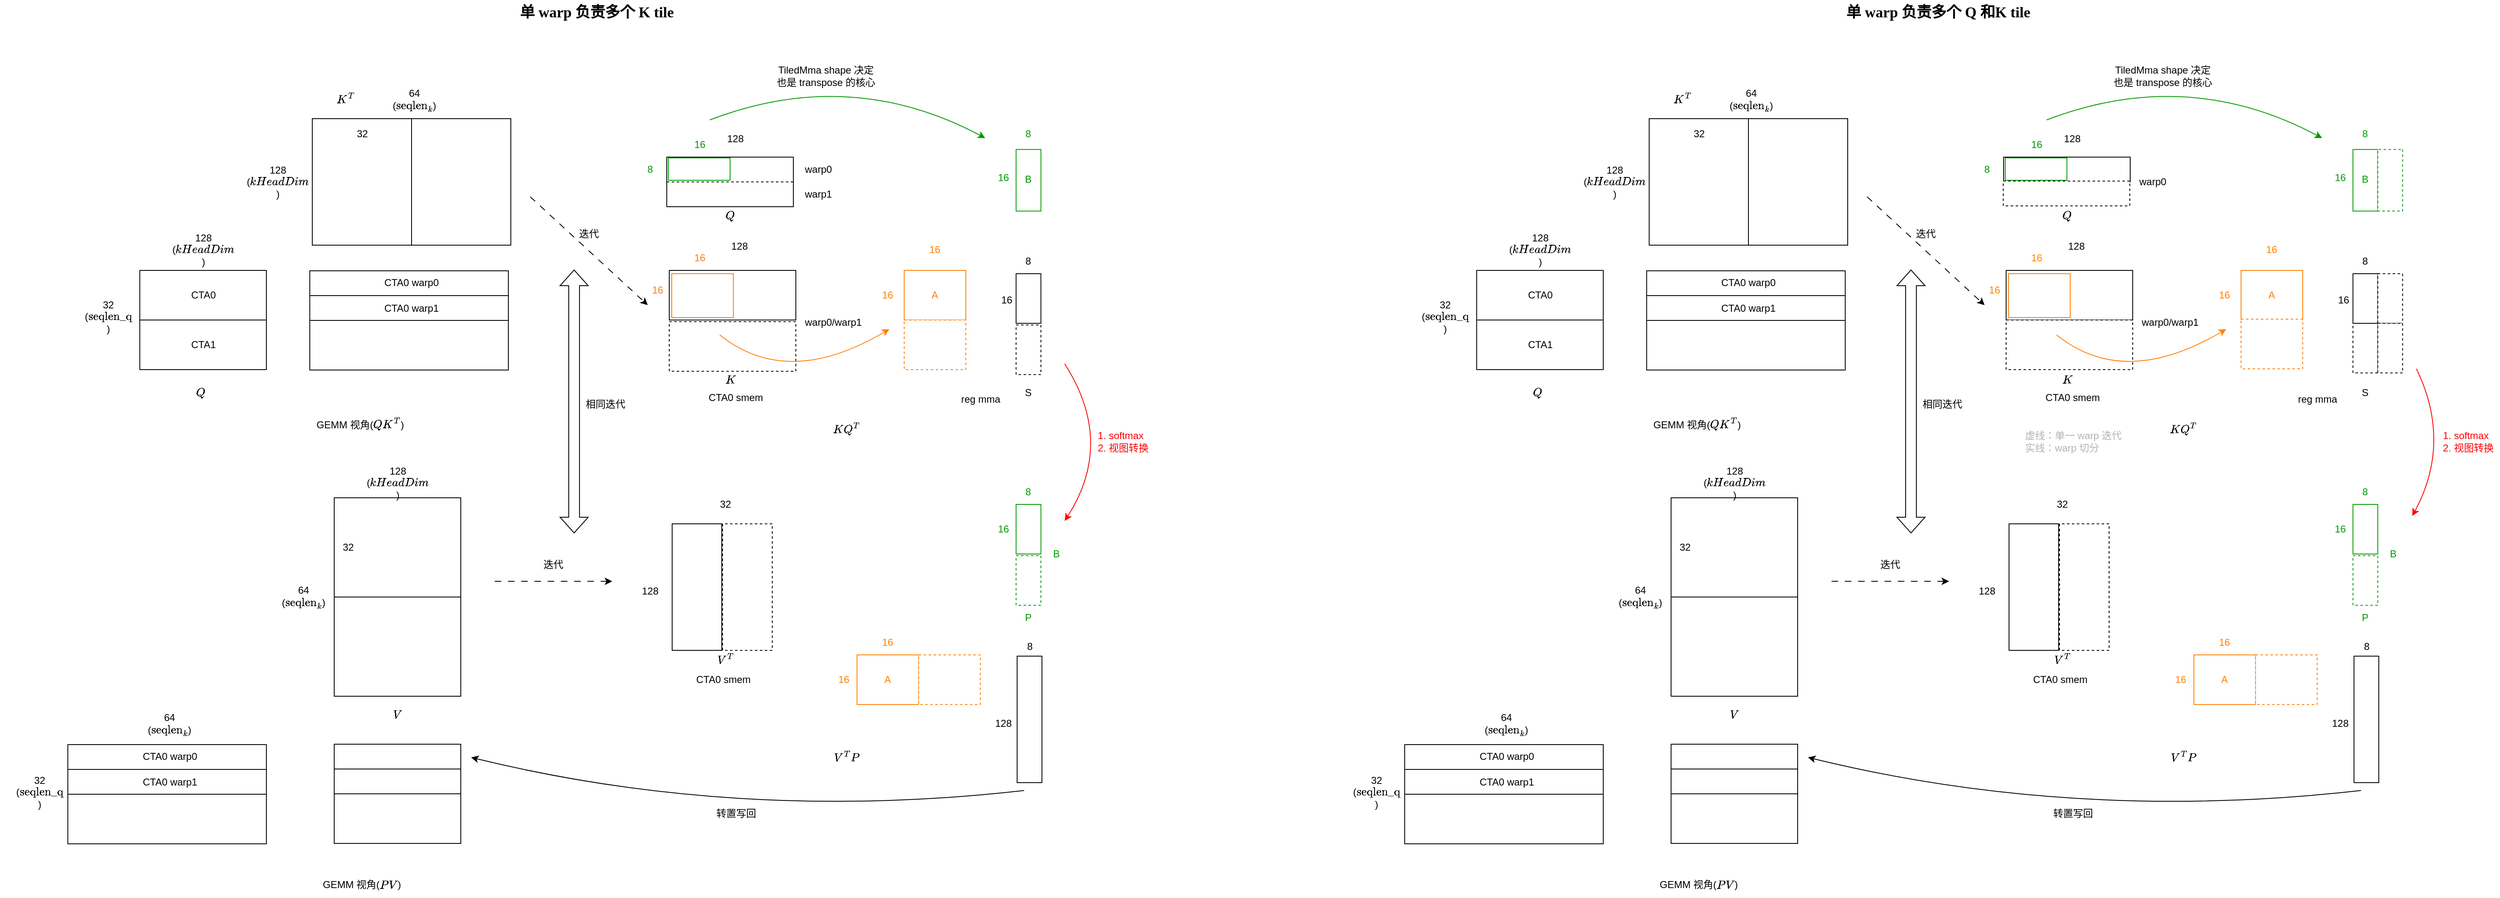
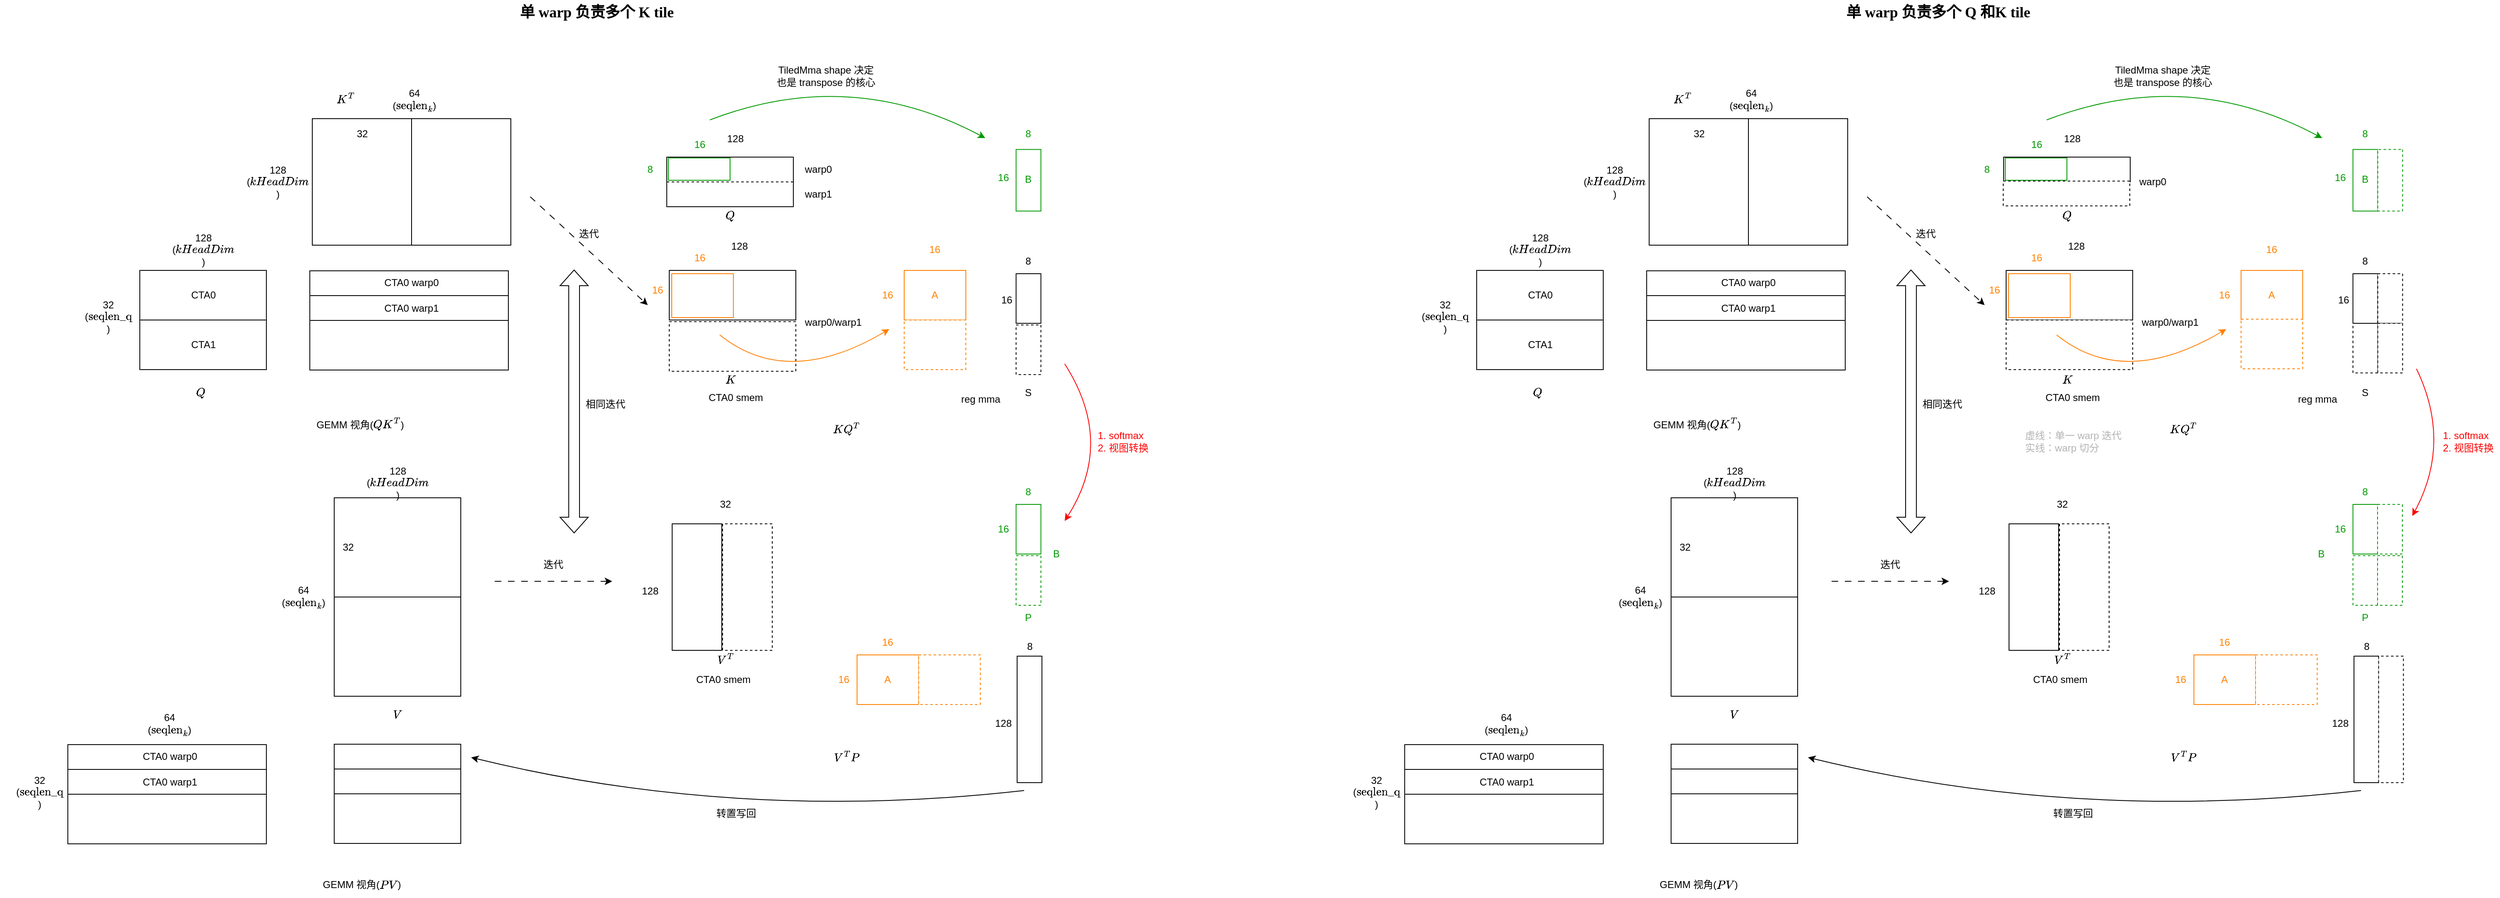
<mxfile host="app.diagrams.net" agent="Mozilla/5.0 (Macintosh; Intel Mac OS X 10_15_7) AppleWebKit/537.36 (KHTML, like Gecko) Chrome/148.0.0.0 Safari/537.36">
  <diagram name="第 1 页" id="oHZ7k2eqphhDJOQGW40j">
    <mxGraphModel dx="1503" dy="851" grid="0" gridSize="10" guides="1" tooltips="1" connect="1" arrows="1" fold="1" page="1" pageScale="1" pageWidth="5000" pageHeight="5000" math="1" shadow="0">
      <root>
        <mxCell id="0" />
        <mxCell id="1" parent="0" />
        <mxCell id="owqz17-3z9DN5I4Ioce8-2" parent="1" style="rounded=0;whiteSpace=wrap;html=1;" value="" vertex="1">
          <mxGeometry height="60" width="153" x="214" y="590" as="geometry" />
        </mxCell>
        <mxCell id="owqz17-3z9DN5I4Ioce8-4" parent="1" style="rounded=0;whiteSpace=wrap;html=1;" value="" vertex="1">
          <mxGeometry height="60" width="153" x="214" y="650" as="geometry" />
        </mxCell>
        <mxCell id="owqz17-3z9DN5I4Ioce8-6" parent="1" style="text;html=1;whiteSpace=wrap;strokeColor=none;fillColor=none;align=center;verticalAlign=middle;rounded=0;" value="128&lt;br&gt;(`kHeadDim`)" vertex="1">
          <mxGeometry height="30" width="60" x="260.5" y="550" as="geometry" />
        </mxCell>
        <mxCell id="owqz17-3z9DN5I4Ioce8-7" parent="1" style="text;html=1;whiteSpace=wrap;strokeColor=none;fillColor=none;align=center;verticalAlign=middle;rounded=0;" value="CTA0" vertex="1">
          <mxGeometry height="30" width="60" x="260.5" y="605" as="geometry" />
        </mxCell>
        <mxCell id="owqz17-3z9DN5I4Ioce8-8" parent="1" style="text;html=1;whiteSpace=wrap;strokeColor=none;fillColor=none;align=center;verticalAlign=middle;rounded=0;" value="CTA1" vertex="1">
          <mxGeometry height="30" width="60" x="260.5" y="665" as="geometry" />
        </mxCell>
        <mxCell id="owqz17-3z9DN5I4Ioce8-11" parent="1" style="rounded=0;whiteSpace=wrap;html=1;rotation=90;" value="" vertex="1">
          <mxGeometry height="120" width="153" x="406" y="423" as="geometry" />
        </mxCell>
        <mxCell id="owqz17-3z9DN5I4Ioce8-12" parent="1" style="rounded=0;whiteSpace=wrap;html=1;rotation=90;" value="" vertex="1">
          <mxGeometry height="120" width="153" x="526" y="423" as="geometry" />
        </mxCell>
        <mxCell id="owqz17-3z9DN5I4Ioce8-14" parent="1" style="text;html=1;whiteSpace=wrap;strokeColor=none;fillColor=none;align=center;verticalAlign=middle;rounded=0;" value="32" vertex="1">
          <mxGeometry height="30" width="60" x="452.5" y="410" as="geometry" />
        </mxCell>
        <mxCell id="owqz17-3z9DN5I4Ioce8-15" parent="1" style="rounded=0;whiteSpace=wrap;html=1;rotation=0;" value="" vertex="1">
          <mxGeometry height="60" width="153" x="854" y="590" as="geometry" />
        </mxCell>
        <mxCell id="owqz17-3z9DN5I4Ioce8-16" parent="1" style="rounded=0;whiteSpace=wrap;html=1;" value="" vertex="1">
          <mxGeometry height="60" width="153" x="851" y="453" as="geometry" />
        </mxCell>
        <mxCell id="owqz17-3z9DN5I4Ioce8-17" parent="1" style="text;html=1;whiteSpace=wrap;strokeColor=none;fillColor=none;align=center;verticalAlign=middle;rounded=0;fontColor=#009900;" value="8" vertex="1">
          <mxGeometry height="30" width="60" x="801" y="453" as="geometry" />
        </mxCell>
        <mxCell id="owqz17-3z9DN5I4Ioce8-18" edge="1" parent="1" source="owqz17-3z9DN5I4Ioce8-16" style="endArrow=none;dashed=1;html=1;rounded=0;exitX=0;exitY=0.5;exitDx=0;exitDy=0;entryX=1;entryY=0.5;entryDx=0;entryDy=0;" target="owqz17-3z9DN5I4Ioce8-16" value="">
          <mxGeometry height="50" relative="1" width="50" as="geometry">
            <mxPoint x="1044" y="522" as="sourcePoint" />
            <mxPoint x="1094" y="472" as="targetPoint" />
          </mxGeometry>
        </mxCell>
        <mxCell id="owqz17-3z9DN5I4Ioce8-21" parent="1" style="rounded=0;whiteSpace=wrap;html=1;strokeWidth=1;strokeColor=#009900;" value="" vertex="1">
          <mxGeometry height="27" width="74.5" x="853" y="454" as="geometry" />
        </mxCell>
        <mxCell id="owqz17-3z9DN5I4Ioce8-22" parent="1" style="text;html=1;whiteSpace=wrap;strokeColor=none;fillColor=none;align=center;verticalAlign=middle;rounded=0;" value="128" vertex="1">
          <mxGeometry height="30" width="60" x="904" y="416" as="geometry" />
        </mxCell>
        <mxCell id="owqz17-3z9DN5I4Ioce8-23" parent="1" style="text;html=1;whiteSpace=wrap;strokeColor=none;fillColor=none;align=center;verticalAlign=middle;rounded=0;fontColor=#009900;" value="16" vertex="1">
          <mxGeometry height="30" width="60" x="861" y="423" as="geometry" />
        </mxCell>
        <mxCell id="owqz17-3z9DN5I4Ioce8-24" edge="1" parent="1" style="endArrow=classic;html=1;rounded=0;dashed=1;dashPattern=8 8;" value="">
          <mxGeometry height="50" relative="1" width="50" as="geometry">
            <mxPoint x="686" y="501" as="sourcePoint" />
            <mxPoint x="828" y="632" as="targetPoint" />
          </mxGeometry>
        </mxCell>
        <mxCell id="owqz17-3z9DN5I4Ioce8-25" parent="1" style="text;html=1;whiteSpace=wrap;strokeColor=none;fillColor=none;align=center;verticalAlign=middle;rounded=0;" value="迭代" vertex="1">
          <mxGeometry height="30" width="60" x="727" y="531" as="geometry" />
        </mxCell>
        <mxCell id="owqz17-3z9DN5I4Ioce8-26" parent="1" style="rounded=0;whiteSpace=wrap;html=1;rotation=0;dashed=1;" value="" vertex="1">
          <mxGeometry height="60" width="153" x="854" y="652" as="geometry" />
        </mxCell>
        <mxCell id="owqz17-3z9DN5I4Ioce8-27" parent="1" style="rounded=0;whiteSpace=wrap;html=1;strokeWidth=1;strokeColor=#FF8000;" value="" vertex="1">
          <mxGeometry height="53" width="74.5" x="857" y="594" as="geometry" />
        </mxCell>
        <mxCell id="owqz17-3z9DN5I4Ioce8-28" parent="1" style="text;html=1;whiteSpace=wrap;strokeColor=none;fillColor=none;align=center;verticalAlign=middle;rounded=0;fontColor=#009900;" value="&lt;font style=&quot;color: rgb(255, 128, 0);&quot;&gt;16&lt;/font&gt;" vertex="1">
          <mxGeometry height="30" width="60" x="810" y="599" as="geometry" />
        </mxCell>
        <mxCell id="owqz17-3z9DN5I4Ioce8-29" parent="1" style="text;html=1;whiteSpace=wrap;strokeColor=none;fillColor=none;align=center;verticalAlign=middle;rounded=0;fontColor=#009900;" value="&lt;font style=&quot;color: rgb(255, 128, 0);&quot;&gt;16&lt;/font&gt;" vertex="1">
          <mxGeometry height="30" width="60" x="861" y="560" as="geometry" />
        </mxCell>
        <mxCell id="owqz17-3z9DN5I4Ioce8-30" parent="1" style="text;html=1;whiteSpace=wrap;strokeColor=none;fillColor=none;align=center;verticalAlign=middle;rounded=0;" value="128" vertex="1">
          <mxGeometry height="30" width="60" x="909" y="546" as="geometry" />
        </mxCell>
        <mxCell id="lyZQ0UNYUAO7ue0q4lVT-1" parent="1" style="rounded=0;whiteSpace=wrap;html=1;strokeWidth=1;strokeColor=#009900;rotation=90;" value="" vertex="1">
          <mxGeometry height="30" width="74.5" x="1251" y="466" as="geometry" />
        </mxCell>
        <mxCell id="lyZQ0UNYUAO7ue0q4lVT-2" parent="1" style="rounded=0;whiteSpace=wrap;html=1;strokeWidth=1;strokeColor=#FF8000;" value="" vertex="1">
          <mxGeometry height="60" width="74.5" x="1138" y="590" as="geometry" />
        </mxCell>
        <mxCell id="lyZQ0UNYUAO7ue0q4lVT-3" parent="1" style="rounded=0;whiteSpace=wrap;html=1;strokeWidth=1;strokeColor=#FF8000;dashed=1;" value="" vertex="1">
          <mxGeometry height="60" width="74.5" x="1138" y="650" as="geometry" />
        </mxCell>
        <mxCell id="lyZQ0UNYUAO7ue0q4lVT-4" parent="1" style="text;html=1;whiteSpace=wrap;strokeColor=none;fillColor=none;align=center;verticalAlign=middle;rounded=0;fontColor=#009900;" value="&lt;font style=&quot;color: rgb(255, 128, 0);&quot;&gt;16&lt;/font&gt;" vertex="1">
          <mxGeometry height="30" width="60" x="1088" y="605" as="geometry" />
        </mxCell>
        <mxCell id="lyZQ0UNYUAO7ue0q4lVT-5" parent="1" style="text;html=1;whiteSpace=wrap;strokeColor=none;fillColor=none;align=center;verticalAlign=middle;rounded=0;fontColor=#009900;" value="&lt;font style=&quot;color: rgb(255, 128, 0);&quot;&gt;16&lt;/font&gt;" vertex="1">
          <mxGeometry height="30" width="60" x="1145.25" y="550" as="geometry" />
        </mxCell>
        <mxCell id="lyZQ0UNYUAO7ue0q4lVT-6" parent="1" style="text;html=1;whiteSpace=wrap;strokeColor=none;fillColor=none;align=center;verticalAlign=middle;rounded=0;fontColor=#009900;" value="&lt;font style=&quot;color: rgb(255, 128, 0);&quot;&gt;A&lt;/font&gt;" vertex="1">
          <mxGeometry height="30" width="60" x="1145.25" y="605" as="geometry" />
        </mxCell>
        <mxCell id="lyZQ0UNYUAO7ue0q4lVT-8" parent="1" style="text;html=1;whiteSpace=wrap;strokeColor=none;fillColor=none;align=center;verticalAlign=middle;rounded=0;fontColor=#009900;" value="B" vertex="1">
          <mxGeometry height="30" width="60" x="1258.25" y="464.5" as="geometry" />
        </mxCell>
        <mxCell id="lyZQ0UNYUAO7ue0q4lVT-9" parent="1" style="text;html=1;whiteSpace=wrap;strokeColor=none;fillColor=none;align=center;verticalAlign=middle;rounded=0;fontColor=#009900;" value="16" vertex="1">
          <mxGeometry height="30" width="60" x="1228" y="463" as="geometry" />
        </mxCell>
        <mxCell id="lyZQ0UNYUAO7ue0q4lVT-11" parent="1" style="text;html=1;whiteSpace=wrap;strokeColor=none;fillColor=none;align=center;verticalAlign=middle;rounded=0;fontColor=#009900;" value="8" vertex="1">
          <mxGeometry height="30" width="60" x="1258.25" y="410" as="geometry" />
        </mxCell>
        <mxCell id="lyZQ0UNYUAO7ue0q4lVT-12" parent="1" style="rounded=0;whiteSpace=wrap;html=1;strokeWidth=1;strokeColor=#000000;dashed=1;" value="" vertex="1">
          <mxGeometry height="60" width="30" x="1273.25" y="656" as="geometry" />
        </mxCell>
        <mxCell id="lyZQ0UNYUAO7ue0q4lVT-13" parent="1" style="rounded=0;whiteSpace=wrap;html=1;strokeWidth=1;strokeColor=#000000;" value="" vertex="1">
          <mxGeometry height="60" width="30" x="1273.25" y="594" as="geometry" />
        </mxCell>
        <mxCell id="lyZQ0UNYUAO7ue0q4lVT-14" parent="1" style="text;html=1;whiteSpace=wrap;strokeColor=none;fillColor=none;align=center;verticalAlign=middle;rounded=0;fontColor=#000000;" value="&lt;font style=&quot;&quot;&gt;16&lt;/font&gt;" vertex="1">
          <mxGeometry height="30" width="60" x="1232" y="611" as="geometry" />
        </mxCell>
        <mxCell id="lyZQ0UNYUAO7ue0q4lVT-15" parent="1" style="text;html=1;whiteSpace=wrap;strokeColor=none;fillColor=none;align=center;verticalAlign=middle;rounded=0;fontColor=#000000;" value="&lt;font style=&quot;&quot;&gt;8&lt;/font&gt;" vertex="1">
          <mxGeometry height="30" width="60" x="1258.25" y="564" as="geometry" />
        </mxCell>
        <mxCell id="lyZQ0UNYUAO7ue0q4lVT-16" parent="1" style="text;html=1;whiteSpace=wrap;strokeColor=none;fillColor=none;align=center;verticalAlign=middle;rounded=0;" value="`K^T`" vertex="1">
          <mxGeometry height="30" width="60" x="433" y="368" as="geometry" />
        </mxCell>
        <mxCell id="lyZQ0UNYUAO7ue0q4lVT-18" parent="1" style="text;html=1;whiteSpace=wrap;strokeColor=none;fillColor=none;align=center;verticalAlign=middle;rounded=0;" value="`Q`" vertex="1">
          <mxGeometry height="30" width="60" x="258" y="723" as="geometry" />
        </mxCell>
        <mxCell id="lyZQ0UNYUAO7ue0q4lVT-19" parent="1" style="text;html=1;whiteSpace=wrap;strokeColor=none;fillColor=none;align=center;verticalAlign=middle;rounded=0;" value="GEMM 视角(`QK^T`)" vertex="1">
          <mxGeometry height="30" width="125" x="418" y="761" as="geometry" />
        </mxCell>
        <mxCell id="lyZQ0UNYUAO7ue0q4lVT-20" parent="1" style="rounded=0;whiteSpace=wrap;html=1;" value="" vertex="1">
          <mxGeometry height="60" width="240" x="419.5" y="590.5" as="geometry" />
        </mxCell>
        <mxCell id="lyZQ0UNYUAO7ue0q4lVT-21" parent="1" style="rounded=0;whiteSpace=wrap;html=1;" value="" vertex="1">
          <mxGeometry height="60" width="240" x="419.5" y="650.5" as="geometry" />
        </mxCell>
        <mxCell id="lyZQ0UNYUAO7ue0q4lVT-22" parent="1" style="text;html=1;whiteSpace=wrap;strokeColor=none;fillColor=none;align=center;verticalAlign=middle;rounded=0;" value="CTA0 warp0" vertex="1">
          <mxGeometry height="30" width="77" x="504" y="590" as="geometry" />
        </mxCell>
        <mxCell id="lyZQ0UNYUAO7ue0q4lVT-23" edge="1" parent="1" source="lyZQ0UNYUAO7ue0q4lVT-20" style="endArrow=none;html=1;rounded=0;exitX=0;exitY=0.5;exitDx=0;exitDy=0;entryX=1;entryY=0.5;entryDx=0;entryDy=0;" target="lyZQ0UNYUAO7ue0q4lVT-20" value="">
          <mxGeometry height="50" relative="1" width="50" as="geometry">
            <mxPoint x="481" y="639" as="sourcePoint" />
            <mxPoint x="531" y="589" as="targetPoint" />
          </mxGeometry>
        </mxCell>
        <mxCell id="lyZQ0UNYUAO7ue0q4lVT-24" parent="1" style="text;html=1;whiteSpace=wrap;strokeColor=none;fillColor=none;align=center;verticalAlign=middle;rounded=0;" value="CTA0 warp1" vertex="1">
          <mxGeometry height="30" width="77" x="504" y="620.5" as="geometry" />
        </mxCell>
        <mxCell id="lyZQ0UNYUAO7ue0q4lVT-26" parent="1" style="text;html=1;whiteSpace=wrap;strokeColor=none;fillColor=none;align=left;verticalAlign=middle;rounded=0;" value="warp0" vertex="1">
          <mxGeometry height="30" width="47" x="1016" y="453" as="geometry" />
        </mxCell>
        <mxCell id="lyZQ0UNYUAO7ue0q4lVT-30" parent="1" style="text;html=1;whiteSpace=wrap;strokeColor=none;fillColor=none;align=left;verticalAlign=middle;rounded=0;" value="warp1" vertex="1">
          <mxGeometry height="30" width="47" x="1016" y="483" as="geometry" />
        </mxCell>
        <mxCell id="lyZQ0UNYUAO7ue0q4lVT-31" parent="1" style="text;html=1;whiteSpace=wrap;strokeColor=none;fillColor=none;align=center;verticalAlign=middle;rounded=0;" value="CTA0 smem" vertex="1">
          <mxGeometry height="30" width="99" x="884.5" y="729" as="geometry" />
        </mxCell>
        <mxCell id="lyZQ0UNYUAO7ue0q4lVT-32" parent="1" style="text;html=1;whiteSpace=wrap;strokeColor=none;fillColor=none;align=center;verticalAlign=middle;rounded=0;" value="`KQ^T`" vertex="1">
          <mxGeometry height="30" width="99" x="1019" y="767" as="geometry" />
        </mxCell>
        <mxCell id="lyZQ0UNYUAO7ue0q4lVT-33" parent="1" style="text;html=1;whiteSpace=wrap;strokeColor=none;fillColor=none;align=center;verticalAlign=middle;rounded=0;" value="reg mma" vertex="1">
          <mxGeometry height="30" width="99" x="1181" y="731" as="geometry" />
        </mxCell>
        <mxCell id="lyZQ0UNYUAO7ue0q4lVT-34" parent="1" style="text;html=1;whiteSpace=wrap;strokeColor=none;fillColor=none;align=left;verticalAlign=middle;rounded=0;" value="warp0/warp1" vertex="1">
          <mxGeometry height="30" width="76" x="1016" y="638" as="geometry" />
        </mxCell>
        <mxCell id="lyZQ0UNYUAO7ue0q4lVT-41" edge="1" parent="1" style="endArrow=classic;html=1;rounded=0;curved=1;fontColor=#009900;strokeColor=#009900;" value="">
          <mxGeometry height="50" relative="1" width="50" as="geometry">
            <Array as="points">
              <mxPoint x="1073" y="343" />
            </Array>
            <mxPoint x="903" y="408" as="sourcePoint" />
            <mxPoint x="1236" y="430" as="targetPoint" />
          </mxGeometry>
        </mxCell>
        <mxCell id="lyZQ0UNYUAO7ue0q4lVT-42" edge="1" parent="1" style="endArrow=classic;html=1;rounded=0;curved=1;strokeColor=#FF8000;" value="">
          <mxGeometry height="50" relative="1" width="50" as="geometry">
            <Array as="points">
              <mxPoint x="997" y="734" />
            </Array>
            <mxPoint x="915" y="668" as="sourcePoint" />
            <mxPoint x="1120" y="661" as="targetPoint" />
          </mxGeometry>
        </mxCell>
        <mxCell id="lyZQ0UNYUAO7ue0q4lVT-43" parent="1" style="text;html=1;whiteSpace=wrap;strokeColor=none;fillColor=none;align=center;verticalAlign=middle;rounded=0;" value="TiledMma shape 决定&lt;div&gt;也是 transpose 的核心&lt;/div&gt;" vertex="1">
          <mxGeometry height="30" width="149" x="969" y="340" as="geometry" />
        </mxCell>
        <mxCell id="lyZQ0UNYUAO7ue0q4lVT-45" parent="1" style="rounded=0;whiteSpace=wrap;html=1;rotation=0;" value="" vertex="1">
          <mxGeometry height="120" width="153" x="449" y="865" as="geometry" />
        </mxCell>
        <mxCell id="lyZQ0UNYUAO7ue0q4lVT-46" parent="1" style="rounded=0;whiteSpace=wrap;html=1;rotation=0;" value="" vertex="1">
          <mxGeometry height="120" width="153" x="449" y="985" as="geometry" />
        </mxCell>
        <mxCell id="lyZQ0UNYUAO7ue0q4lVT-47" parent="1" style="text;html=1;whiteSpace=wrap;strokeColor=none;fillColor=none;align=center;verticalAlign=middle;rounded=0;" value="32" vertex="1">
          <mxGeometry height="30" width="60" x="435.5" y="910" as="geometry" />
        </mxCell>
        <mxCell id="lyZQ0UNYUAO7ue0q4lVT-50" parent="1" style="text;html=1;whiteSpace=wrap;strokeColor=none;fillColor=none;align=center;verticalAlign=middle;rounded=0;" value="`V`" vertex="1">
          <mxGeometry height="30" width="60" x="495.5" y="1112" as="geometry" />
        </mxCell>
        <mxCell id="lyZQ0UNYUAO7ue0q4lVT-51" parent="1" style="rounded=0;whiteSpace=wrap;html=1;rotation=-90;" value="" vertex="1">
          <mxGeometry height="60" width="153" x="811" y="943" as="geometry" />
        </mxCell>
        <mxCell id="lyZQ0UNYUAO7ue0q4lVT-52" parent="1" style="rounded=0;whiteSpace=wrap;html=1;rotation=-90;dashed=1;" value="" vertex="1">
          <mxGeometry height="60" width="153" x="872" y="943" as="geometry" />
        </mxCell>
        <mxCell id="lyZQ0UNYUAO7ue0q4lVT-53" parent="1" style="text;html=1;whiteSpace=wrap;strokeColor=none;fillColor=none;align=center;verticalAlign=middle;rounded=0;" value="128" vertex="1">
          <mxGeometry height="30" width="60" x="801" y="963" as="geometry" />
        </mxCell>
        <mxCell id="lyZQ0UNYUAO7ue0q4lVT-54" parent="1" style="rounded=0;whiteSpace=wrap;html=1;" value="" vertex="1">
          <mxGeometry height="60" width="240" x="127" y="1163.5" as="geometry" />
        </mxCell>
        <mxCell id="lyZQ0UNYUAO7ue0q4lVT-55" parent="1" style="rounded=0;whiteSpace=wrap;html=1;" value="" vertex="1">
          <mxGeometry height="60" width="240" x="127" y="1223.5" as="geometry" />
        </mxCell>
        <mxCell id="lyZQ0UNYUAO7ue0q4lVT-56" parent="1" style="text;html=1;whiteSpace=wrap;strokeColor=none;fillColor=none;align=center;verticalAlign=middle;rounded=0;" value="CTA0 warp0" vertex="1">
          <mxGeometry height="30" width="77" x="211.5" y="1163" as="geometry" />
        </mxCell>
        <mxCell id="lyZQ0UNYUAO7ue0q4lVT-57" edge="1" parent="1" source="lyZQ0UNYUAO7ue0q4lVT-54" style="endArrow=none;html=1;rounded=0;exitX=0;exitY=0.5;exitDx=0;exitDy=0;entryX=1;entryY=0.5;entryDx=0;entryDy=0;" target="lyZQ0UNYUAO7ue0q4lVT-54" value="">
          <mxGeometry height="50" relative="1" width="50" as="geometry">
            <mxPoint x="188.5" y="1212" as="sourcePoint" />
            <mxPoint x="238.5" y="1162" as="targetPoint" />
          </mxGeometry>
        </mxCell>
        <mxCell id="lyZQ0UNYUAO7ue0q4lVT-58" parent="1" style="text;html=1;whiteSpace=wrap;strokeColor=none;fillColor=none;align=center;verticalAlign=middle;rounded=0;" value="CTA0 warp1" vertex="1">
          <mxGeometry height="30" width="77" x="211.5" y="1193.5" as="geometry" />
        </mxCell>
        <mxCell id="lyZQ0UNYUAO7ue0q4lVT-59" parent="1" style="text;html=1;whiteSpace=wrap;strokeColor=none;fillColor=none;align=center;verticalAlign=middle;rounded=0;" value="32&lt;div&gt;(`\text{seqlen_q}`)&lt;/div&gt;" vertex="1">
          <mxGeometry height="30" width="60" x="63" y="1206" as="geometry" />
        </mxCell>
        <mxCell id="lyZQ0UNYUAO7ue0q4lVT-61" parent="1" style="text;html=1;whiteSpace=wrap;strokeColor=none;fillColor=none;align=center;verticalAlign=middle;rounded=0;" value="32&lt;div&gt;(`\text{seqlen_q}`)&lt;/div&gt;" vertex="1">
          <mxGeometry height="30" width="60" x="146" y="631" as="geometry" />
        </mxCell>
        <mxCell id="lyZQ0UNYUAO7ue0q4lVT-62" parent="1" style="text;html=1;whiteSpace=wrap;strokeColor=none;fillColor=none;align=center;verticalAlign=middle;rounded=0;" value="128&lt;br&gt;(`kHeadDim`)" vertex="1">
          <mxGeometry height="30" width="60" x="351" y="468" as="geometry" />
        </mxCell>
        <mxCell id="lyZQ0UNYUAO7ue0q4lVT-63" parent="1" style="text;html=1;whiteSpace=wrap;strokeColor=none;fillColor=none;align=center;verticalAlign=middle;rounded=0;" value="64&lt;div&gt;(`\text{seqlen}_k`)&lt;/div&gt;" vertex="1">
          <mxGeometry height="30" width="60" x="516" y="368" as="geometry" />
        </mxCell>
        <mxCell id="lyZQ0UNYUAO7ue0q4lVT-65" parent="1" style="text;html=1;whiteSpace=wrap;strokeColor=none;fillColor=none;align=center;verticalAlign=middle;rounded=0;" value="64&lt;div&gt;(`\text{seqlen}_k`)&lt;/div&gt;" vertex="1">
          <mxGeometry height="30" width="60" x="220" y="1123" as="geometry" />
        </mxCell>
        <mxCell id="lyZQ0UNYUAO7ue0q4lVT-66" parent="1" style="text;html=1;whiteSpace=wrap;strokeColor=none;fillColor=none;align=center;verticalAlign=middle;rounded=0;" value="64&lt;div&gt;(`\text{seqlen}_k`)&lt;/div&gt;" vertex="1">
          <mxGeometry height="30" width="60" x="382" y="969" as="geometry" />
        </mxCell>
        <mxCell id="lyZQ0UNYUAO7ue0q4lVT-67" parent="1" style="text;html=1;whiteSpace=wrap;strokeColor=none;fillColor=none;align=center;verticalAlign=middle;rounded=0;" value="128&lt;br&gt;(`kHeadDim`)" vertex="1">
          <mxGeometry height="30" width="60" x="495.5" y="832" as="geometry" />
        </mxCell>
        <mxCell id="lyZQ0UNYUAO7ue0q4lVT-68" parent="1" style="rounded=0;whiteSpace=wrap;html=1;rotation=0;" value="" vertex="1">
          <mxGeometry height="120" width="153" x="449" y="1163" as="geometry" />
        </mxCell>
        <mxCell id="lyZQ0UNYUAO7ue0q4lVT-69" parent="1" style="text;html=1;whiteSpace=wrap;strokeColor=none;fillColor=none;align=center;verticalAlign=middle;rounded=0;" value="GEMM 视角(`PV`)" vertex="1">
          <mxGeometry height="30" width="99" x="433" y="1318" as="geometry" />
        </mxCell>
        <mxCell id="lyZQ0UNYUAO7ue0q4lVT-71" parent="1" style="rounded=0;whiteSpace=wrap;html=1;strokeWidth=1;strokeColor=#FF8000;" value="" vertex="1">
          <mxGeometry height="60" width="74.5" x="1081" y="1055" as="geometry" />
        </mxCell>
        <mxCell id="lyZQ0UNYUAO7ue0q4lVT-72" parent="1" style="text;html=1;whiteSpace=wrap;strokeColor=none;fillColor=none;align=center;verticalAlign=middle;rounded=0;fontColor=#009900;" value="&lt;font style=&quot;color: rgb(255, 128, 0);&quot;&gt;A&lt;/font&gt;" vertex="1">
          <mxGeometry height="30" width="60" x="1088.25" y="1070" as="geometry" />
        </mxCell>
        <mxCell id="lyZQ0UNYUAO7ue0q4lVT-73" parent="1" style="text;html=1;whiteSpace=wrap;strokeColor=none;fillColor=none;align=center;verticalAlign=middle;rounded=0;fontColor=#009900;" value="&lt;font style=&quot;color: rgb(255, 128, 0);&quot;&gt;16&lt;/font&gt;" vertex="1">
          <mxGeometry height="30" width="60" x="1035" y="1070" as="geometry" />
        </mxCell>
        <mxCell id="lyZQ0UNYUAO7ue0q4lVT-74" parent="1" style="text;html=1;whiteSpace=wrap;strokeColor=none;fillColor=none;align=center;verticalAlign=middle;rounded=0;fontColor=#009900;" value="&lt;font style=&quot;color: rgb(255, 128, 0);&quot;&gt;16&lt;/font&gt;" vertex="1">
          <mxGeometry height="30" width="60" x="1088.25" y="1025" as="geometry" />
        </mxCell>
        <mxCell id="lyZQ0UNYUAO7ue0q4lVT-79" parent="1" style="rounded=0;whiteSpace=wrap;html=1;strokeWidth=1;strokeColor=#009900;dashed=1;" value="" vertex="1">
          <mxGeometry height="60" width="30" x="1273.25" y="935" as="geometry" />
        </mxCell>
        <mxCell id="lyZQ0UNYUAO7ue0q4lVT-80" parent="1" style="rounded=0;whiteSpace=wrap;html=1;strokeWidth=1;strokeColor=#009900;" value="" vertex="1">
          <mxGeometry height="60" width="30" x="1273.25" y="873" as="geometry" />
        </mxCell>
        <mxCell id="lyZQ0UNYUAO7ue0q4lVT-81" parent="1" style="text;html=1;whiteSpace=wrap;strokeColor=none;fillColor=none;align=center;verticalAlign=middle;rounded=0;fontColor=#009900;" value="&lt;font style=&quot;&quot;&gt;8&lt;/font&gt;" vertex="1">
          <mxGeometry height="30" width="60" x="1258.25" y="843" as="geometry" />
        </mxCell>
        <mxCell id="lyZQ0UNYUAO7ue0q4lVT-82" parent="1" style="text;html=1;whiteSpace=wrap;strokeColor=none;fillColor=none;align=center;verticalAlign=middle;rounded=0;fontColor=#009900;" value="B" vertex="1">
          <mxGeometry height="30" width="60" x="1292" y="918" as="geometry" />
        </mxCell>
        <mxCell id="lyZQ0UNYUAO7ue0q4lVT-83" edge="1" parent="1" style="endArrow=classic;html=1;rounded=0;curved=1;strokeColor=#FF0000;" value="">
          <mxGeometry height="50" relative="1" width="50" as="geometry">
            <Array as="points">
              <mxPoint x="1393" y="798" />
            </Array>
            <mxPoint x="1332" y="703" as="sourcePoint" />
            <mxPoint x="1332" y="893" as="targetPoint" />
          </mxGeometry>
        </mxCell>
        <mxCell id="lyZQ0UNYUAO7ue0q4lVT-84" parent="1" style="text;html=1;whiteSpace=wrap;strokeColor=none;fillColor=none;align=left;verticalAlign=middle;rounded=0;fontColor=#FF0000;" value="1. softmax&lt;div&gt;&lt;font style=&quot;&quot;&gt;2. 视图转换&lt;/font&gt;&lt;/div&gt;" vertex="1">
          <mxGeometry height="30" width="70" x="1370" y="782" as="geometry" />
        </mxCell>
        <mxCell id="lyZQ0UNYUAO7ue0q4lVT-85" parent="1" style="text;html=1;whiteSpace=wrap;strokeColor=none;fillColor=none;align=center;verticalAlign=middle;rounded=0;fontColor=#009900;" value="&lt;font style=&quot;&quot;&gt;16&lt;/font&gt;" vertex="1">
          <mxGeometry height="30" width="60" x="1228" y="888" as="geometry" />
        </mxCell>
        <mxCell id="lyZQ0UNYUAO7ue0q4lVT-86" parent="1" style="text;html=1;whiteSpace=wrap;strokeColor=none;fillColor=none;align=center;verticalAlign=middle;rounded=0;" value="32" vertex="1">
          <mxGeometry height="30" width="60" x="892" y="858" as="geometry" />
        </mxCell>
        <mxCell id="lyZQ0UNYUAO7ue0q4lVT-87" parent="1" style="text;html=1;whiteSpace=wrap;strokeColor=none;fillColor=none;align=center;verticalAlign=middle;rounded=0;" value="S" vertex="1">
          <mxGeometry height="30" width="60" x="1258.25" y="723" as="geometry" />
        </mxCell>
        <mxCell id="lyZQ0UNYUAO7ue0q4lVT-88" parent="1" style="text;html=1;whiteSpace=wrap;strokeColor=none;fillColor=none;align=center;verticalAlign=middle;rounded=0;fontColor=#009900;" value="P" vertex="1">
          <mxGeometry height="30" width="60" x="1258.25" y="995" as="geometry" />
        </mxCell>
        <mxCell id="lyZQ0UNYUAO7ue0q4lVT-89" edge="1" parent="1" style="endArrow=classic;html=1;rounded=0;dashed=1;dashPattern=8 8;" value="">
          <mxGeometry height="50" relative="1" width="50" as="geometry">
            <mxPoint x="643" y="966" as="sourcePoint" />
            <mxPoint x="785" y="966" as="targetPoint" />
          </mxGeometry>
        </mxCell>
        <mxCell id="lyZQ0UNYUAO7ue0q4lVT-90" parent="1" style="text;html=1;whiteSpace=wrap;strokeColor=none;fillColor=none;align=center;verticalAlign=middle;rounded=0;" value="迭代" vertex="1">
          <mxGeometry height="30" width="60" x="684" y="931" as="geometry" />
        </mxCell>
        <mxCell id="lyZQ0UNYUAO7ue0q4lVT-91" edge="1" parent="1" style="endArrow=block;startArrow=block;html=1;rounded=0;endFill=0;startFill=0;shape=flexArrow;width=13;endSize=6;" value="">
          <mxGeometry height="100" relative="1" width="100" as="geometry">
            <mxPoint x="739" y="908" as="sourcePoint" />
            <mxPoint x="739" y="589" as="targetPoint" />
          </mxGeometry>
        </mxCell>
        <mxCell id="lyZQ0UNYUAO7ue0q4lVT-92" parent="1" style="text;html=1;whiteSpace=wrap;strokeColor=none;fillColor=none;align=center;verticalAlign=middle;rounded=0;" value="相同迭代" vertex="1">
          <mxGeometry height="30" width="60" x="747" y="737" as="geometry" />
        </mxCell>
        <mxCell id="lyZQ0UNYUAO7ue0q4lVT-93" parent="1" style="text;html=1;whiteSpace=wrap;strokeColor=none;fillColor=none;align=center;verticalAlign=middle;rounded=0;" value="CTA0 smem" vertex="1">
          <mxGeometry height="30" width="99" x="870" y="1070" as="geometry" />
        </mxCell>
        <mxCell id="lyZQ0UNYUAO7ue0q4lVT-94" parent="1" style="text;html=1;whiteSpace=wrap;strokeColor=none;fillColor=none;align=center;verticalAlign=middle;rounded=0;" value="`Q`" vertex="1">
          <mxGeometry height="30" width="60" x="897.5" y="509" as="geometry" />
        </mxCell>
        <mxCell id="lyZQ0UNYUAO7ue0q4lVT-95" parent="1" style="text;html=1;whiteSpace=wrap;strokeColor=none;fillColor=none;align=center;verticalAlign=middle;rounded=0;" value="`K`" vertex="1">
          <mxGeometry height="30" width="60" x="897.5" y="707" as="geometry" />
        </mxCell>
        <mxCell id="lyZQ0UNYUAO7ue0q4lVT-96" parent="1" style="text;html=1;whiteSpace=wrap;strokeColor=none;fillColor=none;align=center;verticalAlign=middle;rounded=0;" value="`V^T`" vertex="1">
          <mxGeometry height="30" width="60" x="891.5" y="1046" as="geometry" />
        </mxCell>
        <mxCell id="lyZQ0UNYUAO7ue0q4lVT-97" parent="1" style="rounded=0;whiteSpace=wrap;html=1;rotation=-90;" value="" vertex="1">
          <mxGeometry height="30" width="153" x="1213" y="1118" as="geometry" />
        </mxCell>
        <mxCell id="lyZQ0UNYUAO7ue0q4lVT-98" parent="1" style="rounded=0;whiteSpace=wrap;html=1;strokeWidth=1;strokeColor=#FF8000;dashed=1;" value="" vertex="1">
          <mxGeometry height="60" width="74.5" x="1155.5" y="1055" as="geometry" />
        </mxCell>
        <mxCell id="lyZQ0UNYUAO7ue0q4lVT-99" parent="1" style="text;html=1;whiteSpace=wrap;strokeColor=none;fillColor=none;align=center;verticalAlign=middle;rounded=0;" value="128" vertex="1">
          <mxGeometry height="30" width="60" x="1228" y="1123" as="geometry" />
        </mxCell>
        <mxCell id="lyZQ0UNYUAO7ue0q4lVT-100" parent="1" style="text;html=1;whiteSpace=wrap;strokeColor=none;fillColor=none;align=center;verticalAlign=middle;rounded=0;fontColor=#000000;" value="&lt;font style=&quot;&quot;&gt;8&lt;/font&gt;" vertex="1">
          <mxGeometry height="30" width="60" x="1259.5" y="1030" as="geometry" />
        </mxCell>
        <mxCell id="lyZQ0UNYUAO7ue0q4lVT-101" edge="1" parent="1" source="lyZQ0UNYUAO7ue0q4lVT-68" style="endArrow=none;html=1;rounded=0;exitX=0;exitY=0.5;exitDx=0;exitDy=0;entryX=1;entryY=0.5;entryDx=0;entryDy=0;" target="lyZQ0UNYUAO7ue0q4lVT-68" value="">
          <mxGeometry height="50" relative="1" width="50" as="geometry">
            <mxPoint x="677" y="1190" as="sourcePoint" />
            <mxPoint x="727" y="1140" as="targetPoint" />
          </mxGeometry>
        </mxCell>
        <mxCell id="lyZQ0UNYUAO7ue0q4lVT-102" edge="1" parent="1" source="lyZQ0UNYUAO7ue0q4lVT-68" style="endArrow=none;html=1;rounded=0;exitX=0;exitY=0.25;exitDx=0;exitDy=0;entryX=1;entryY=0.25;entryDx=0;entryDy=0;" target="lyZQ0UNYUAO7ue0q4lVT-68" value="">
          <mxGeometry height="50" relative="1" width="50" as="geometry">
            <mxPoint x="647" y="1211" as="sourcePoint" />
            <mxPoint x="697" y="1161" as="targetPoint" />
          </mxGeometry>
        </mxCell>
        <mxCell id="lyZQ0UNYUAO7ue0q4lVT-103" edge="1" parent="1" style="endArrow=classic;html=1;rounded=0;curved=1;" value="">
          <mxGeometry height="50" relative="1" width="50" as="geometry">
            <Array as="points">
              <mxPoint x="938" y="1258" />
            </Array>
            <mxPoint x="1283" y="1219" as="sourcePoint" />
            <mxPoint x="614.5" y="1179" as="targetPoint" />
          </mxGeometry>
        </mxCell>
        <mxCell id="lyZQ0UNYUAO7ue0q4lVT-104" parent="1" style="text;html=1;whiteSpace=wrap;strokeColor=none;fillColor=none;align=left;verticalAlign=middle;rounded=0;" value="转置写回" vertex="1">
          <mxGeometry height="30" width="70" x="909" y="1232" as="geometry" />
        </mxCell>
        <mxCell id="lyZQ0UNYUAO7ue0q4lVT-105" parent="1" style="text;html=1;whiteSpace=wrap;strokeColor=none;fillColor=none;align=center;verticalAlign=middle;rounded=0;" value="`V^TP`" vertex="1">
          <mxGeometry height="30" width="99" x="1019" y="1163.5" as="geometry" />
        </mxCell>
        <mxCell id="zMA9pT4RaSrqm7jLvRVs-1" parent="1" style="rounded=0;whiteSpace=wrap;html=1;" value="" vertex="1">
          <mxGeometry height="60" width="153" x="1830" y="590" as="geometry" />
        </mxCell>
        <mxCell id="zMA9pT4RaSrqm7jLvRVs-2" parent="1" style="rounded=0;whiteSpace=wrap;html=1;" value="" vertex="1">
          <mxGeometry height="60" width="153" x="1830" y="650" as="geometry" />
        </mxCell>
        <mxCell id="zMA9pT4RaSrqm7jLvRVs-3" parent="1" style="text;html=1;whiteSpace=wrap;strokeColor=none;fillColor=none;align=center;verticalAlign=middle;rounded=0;" value="128&lt;br&gt;(`kHeadDim`)" vertex="1">
          <mxGeometry height="30" width="60" x="1876.5" y="550" as="geometry" />
        </mxCell>
        <mxCell id="zMA9pT4RaSrqm7jLvRVs-4" parent="1" style="text;html=1;whiteSpace=wrap;strokeColor=none;fillColor=none;align=center;verticalAlign=middle;rounded=0;" value="CTA0" vertex="1">
          <mxGeometry height="30" width="60" x="1876.5" y="605" as="geometry" />
        </mxCell>
        <mxCell id="zMA9pT4RaSrqm7jLvRVs-5" parent="1" style="text;html=1;whiteSpace=wrap;strokeColor=none;fillColor=none;align=center;verticalAlign=middle;rounded=0;" value="CTA1" vertex="1">
          <mxGeometry height="30" width="60" x="1876.5" y="665" as="geometry" />
        </mxCell>
        <mxCell id="zMA9pT4RaSrqm7jLvRVs-6" parent="1" style="rounded=0;whiteSpace=wrap;html=1;rotation=90;" value="" vertex="1">
          <mxGeometry height="120" width="153" x="2022" y="423" as="geometry" />
        </mxCell>
        <mxCell id="zMA9pT4RaSrqm7jLvRVs-7" parent="1" style="rounded=0;whiteSpace=wrap;html=1;rotation=90;" value="" vertex="1">
          <mxGeometry height="120" width="153" x="2142" y="423" as="geometry" />
        </mxCell>
        <mxCell id="zMA9pT4RaSrqm7jLvRVs-8" parent="1" style="text;html=1;whiteSpace=wrap;strokeColor=none;fillColor=none;align=center;verticalAlign=middle;rounded=0;" value="32" vertex="1">
          <mxGeometry height="30" width="60" x="2068.5" y="410" as="geometry" />
        </mxCell>
        <mxCell id="zMA9pT4RaSrqm7jLvRVs-9" parent="1" style="rounded=0;whiteSpace=wrap;html=1;rotation=0;" value="" vertex="1">
          <mxGeometry height="60" width="153" x="2470" y="590" as="geometry" />
        </mxCell>
        <mxCell id="zMA9pT4RaSrqm7jLvRVs-10" parent="1" style="rounded=0;whiteSpace=wrap;html=1;" value="" vertex="1">
          <mxGeometry height="30" width="153" x="2467" y="453" as="geometry" />
        </mxCell>
        <mxCell id="zMA9pT4RaSrqm7jLvRVs-11" parent="1" style="text;html=1;whiteSpace=wrap;strokeColor=none;fillColor=none;align=center;verticalAlign=middle;rounded=0;fontColor=#009900;" value="8" vertex="1">
          <mxGeometry height="30" width="60" x="2417" y="453" as="geometry" />
        </mxCell>
        <mxCell id="zMA9pT4RaSrqm7jLvRVs-13" parent="1" style="rounded=0;whiteSpace=wrap;html=1;strokeWidth=1;strokeColor=#009900;" value="" vertex="1">
          <mxGeometry height="27" width="74.5" x="2469" y="454" as="geometry" />
        </mxCell>
        <mxCell id="zMA9pT4RaSrqm7jLvRVs-14" parent="1" style="text;html=1;whiteSpace=wrap;strokeColor=none;fillColor=none;align=center;verticalAlign=middle;rounded=0;" value="128" vertex="1">
          <mxGeometry height="30" width="60" x="2520" y="416" as="geometry" />
        </mxCell>
        <mxCell id="zMA9pT4RaSrqm7jLvRVs-15" parent="1" style="text;html=1;whiteSpace=wrap;strokeColor=none;fillColor=none;align=center;verticalAlign=middle;rounded=0;fontColor=#009900;" value="16" vertex="1">
          <mxGeometry height="30" width="60" x="2477" y="423" as="geometry" />
        </mxCell>
        <mxCell id="zMA9pT4RaSrqm7jLvRVs-16" edge="1" parent="1" style="endArrow=classic;html=1;rounded=0;dashed=1;dashPattern=8 8;" value="">
          <mxGeometry height="50" relative="1" width="50" as="geometry">
            <mxPoint x="2302" y="501" as="sourcePoint" />
            <mxPoint x="2444" y="632" as="targetPoint" />
          </mxGeometry>
        </mxCell>
        <mxCell id="zMA9pT4RaSrqm7jLvRVs-17" parent="1" style="text;html=1;whiteSpace=wrap;strokeColor=none;fillColor=none;align=center;verticalAlign=middle;rounded=0;" value="迭代" vertex="1">
          <mxGeometry height="30" width="60" x="2343" y="531" as="geometry" />
        </mxCell>
        <mxCell id="zMA9pT4RaSrqm7jLvRVs-18" parent="1" style="rounded=0;whiteSpace=wrap;html=1;rotation=0;dashed=1;" value="" vertex="1">
          <mxGeometry height="60" width="153" x="2470" y="650" as="geometry" />
        </mxCell>
        <mxCell id="zMA9pT4RaSrqm7jLvRVs-19" parent="1" style="rounded=0;whiteSpace=wrap;html=1;strokeWidth=1;strokeColor=#FF8000;" value="" vertex="1">
          <mxGeometry height="53" width="74.5" x="2473" y="594" as="geometry" />
        </mxCell>
        <mxCell id="zMA9pT4RaSrqm7jLvRVs-20" parent="1" style="text;html=1;whiteSpace=wrap;strokeColor=none;fillColor=none;align=center;verticalAlign=middle;rounded=0;fontColor=#009900;" value="&lt;font style=&quot;color: rgb(255, 128, 0);&quot;&gt;16&lt;/font&gt;" vertex="1">
          <mxGeometry height="30" width="60" x="2426" y="599" as="geometry" />
        </mxCell>
        <mxCell id="zMA9pT4RaSrqm7jLvRVs-21" parent="1" style="text;html=1;whiteSpace=wrap;strokeColor=none;fillColor=none;align=center;verticalAlign=middle;rounded=0;fontColor=#009900;" value="&lt;font style=&quot;color: rgb(255, 128, 0);&quot;&gt;16&lt;/font&gt;" vertex="1">
          <mxGeometry height="30" width="60" x="2477" y="560" as="geometry" />
        </mxCell>
        <mxCell id="zMA9pT4RaSrqm7jLvRVs-22" parent="1" style="text;html=1;whiteSpace=wrap;strokeColor=none;fillColor=none;align=center;verticalAlign=middle;rounded=0;" value="128" vertex="1">
          <mxGeometry height="30" width="60" x="2525" y="546" as="geometry" />
        </mxCell>
        <mxCell id="zMA9pT4RaSrqm7jLvRVs-23" parent="1" style="rounded=0;whiteSpace=wrap;html=1;strokeWidth=1;strokeColor=#009900;rotation=90;" value="" vertex="1">
          <mxGeometry height="30" width="74.5" x="2867" y="466" as="geometry" />
        </mxCell>
        <mxCell id="zMA9pT4RaSrqm7jLvRVs-24" parent="1" style="rounded=0;whiteSpace=wrap;html=1;strokeWidth=1;strokeColor=#FF8000;" value="" vertex="1">
          <mxGeometry height="60" width="74.5" x="2754" y="590" as="geometry" />
        </mxCell>
        <mxCell id="zMA9pT4RaSrqm7jLvRVs-25" parent="1" style="rounded=0;whiteSpace=wrap;html=1;strokeWidth=1;strokeColor=#FF8000;dashed=1;" value="" vertex="1">
          <mxGeometry height="60" width="74.5" x="2754" y="649" as="geometry" />
        </mxCell>
        <mxCell id="zMA9pT4RaSrqm7jLvRVs-26" parent="1" style="text;html=1;whiteSpace=wrap;strokeColor=none;fillColor=none;align=center;verticalAlign=middle;rounded=0;fontColor=#009900;" value="&lt;font style=&quot;color: rgb(255, 128, 0);&quot;&gt;16&lt;/font&gt;" vertex="1">
          <mxGeometry height="30" width="60" x="2704" y="605" as="geometry" />
        </mxCell>
        <mxCell id="zMA9pT4RaSrqm7jLvRVs-27" parent="1" style="text;html=1;whiteSpace=wrap;strokeColor=none;fillColor=none;align=center;verticalAlign=middle;rounded=0;fontColor=#009900;" value="&lt;font style=&quot;color: rgb(255, 128, 0);&quot;&gt;16&lt;/font&gt;" vertex="1">
          <mxGeometry height="30" width="60" x="2761.25" y="550" as="geometry" />
        </mxCell>
        <mxCell id="zMA9pT4RaSrqm7jLvRVs-28" parent="1" style="text;html=1;whiteSpace=wrap;strokeColor=none;fillColor=none;align=center;verticalAlign=middle;rounded=0;fontColor=#009900;" value="&lt;font style=&quot;color: rgb(255, 128, 0);&quot;&gt;A&lt;/font&gt;" vertex="1">
          <mxGeometry height="30" width="60" x="2761.25" y="605" as="geometry" />
        </mxCell>
        <mxCell id="zMA9pT4RaSrqm7jLvRVs-29" parent="1" style="text;html=1;whiteSpace=wrap;strokeColor=none;fillColor=none;align=center;verticalAlign=middle;rounded=0;fontColor=#009900;" value="B" vertex="1">
          <mxGeometry height="30" width="60" x="2874.25" y="464.5" as="geometry" />
        </mxCell>
        <mxCell id="zMA9pT4RaSrqm7jLvRVs-30" parent="1" style="text;html=1;whiteSpace=wrap;strokeColor=none;fillColor=none;align=center;verticalAlign=middle;rounded=0;fontColor=#009900;" value="16" vertex="1">
          <mxGeometry height="30" width="60" x="2844" y="463" as="geometry" />
        </mxCell>
        <mxCell id="zMA9pT4RaSrqm7jLvRVs-31" parent="1" style="text;html=1;whiteSpace=wrap;strokeColor=none;fillColor=none;align=center;verticalAlign=middle;rounded=0;fontColor=#009900;" value="8" vertex="1">
          <mxGeometry height="30" width="60" x="2874.25" y="410" as="geometry" />
        </mxCell>
        <mxCell id="zMA9pT4RaSrqm7jLvRVs-32" parent="1" style="rounded=0;whiteSpace=wrap;html=1;strokeWidth=1;strokeColor=#000000;dashed=1;" value="" vertex="1">
          <mxGeometry height="60" width="30" x="2889.25" y="654" as="geometry" />
        </mxCell>
        <mxCell id="zMA9pT4RaSrqm7jLvRVs-33" parent="1" style="rounded=0;whiteSpace=wrap;html=1;strokeWidth=1;strokeColor=#000000;" value="" vertex="1">
          <mxGeometry height="60" width="30" x="2889.25" y="594" as="geometry" />
        </mxCell>
        <mxCell id="zMA9pT4RaSrqm7jLvRVs-34" parent="1" style="text;html=1;whiteSpace=wrap;strokeColor=none;fillColor=none;align=center;verticalAlign=middle;rounded=0;fontColor=#000000;" value="&lt;font style=&quot;&quot;&gt;16&lt;/font&gt;" vertex="1">
          <mxGeometry height="30" width="60" x="2848" y="611" as="geometry" />
        </mxCell>
        <mxCell id="zMA9pT4RaSrqm7jLvRVs-35" parent="1" style="text;html=1;whiteSpace=wrap;strokeColor=none;fillColor=none;align=center;verticalAlign=middle;rounded=0;fontColor=#000000;" value="&lt;font style=&quot;&quot;&gt;8&lt;/font&gt;" vertex="1">
          <mxGeometry height="30" width="60" x="2874.25" y="564" as="geometry" />
        </mxCell>
        <mxCell id="zMA9pT4RaSrqm7jLvRVs-36" parent="1" style="text;html=1;whiteSpace=wrap;strokeColor=none;fillColor=none;align=center;verticalAlign=middle;rounded=0;" value="`K^T`" vertex="1">
          <mxGeometry height="30" width="60" x="2049" y="368" as="geometry" />
        </mxCell>
        <mxCell id="zMA9pT4RaSrqm7jLvRVs-37" parent="1" style="text;html=1;whiteSpace=wrap;strokeColor=none;fillColor=none;align=center;verticalAlign=middle;rounded=0;" value="`Q`" vertex="1">
          <mxGeometry height="30" width="60" x="1874" y="723" as="geometry" />
        </mxCell>
        <mxCell id="zMA9pT4RaSrqm7jLvRVs-38" parent="1" style="text;html=1;whiteSpace=wrap;strokeColor=none;fillColor=none;align=center;verticalAlign=middle;rounded=0;" value="GEMM 视角(`QK^T`)" vertex="1">
          <mxGeometry height="30" width="125" x="2034" y="761" as="geometry" />
        </mxCell>
        <mxCell id="zMA9pT4RaSrqm7jLvRVs-39" parent="1" style="rounded=0;whiteSpace=wrap;html=1;" value="" vertex="1">
          <mxGeometry height="60" width="240" x="2035.5" y="590.5" as="geometry" />
        </mxCell>
        <mxCell id="zMA9pT4RaSrqm7jLvRVs-40" parent="1" style="rounded=0;whiteSpace=wrap;html=1;" value="" vertex="1">
          <mxGeometry height="60" width="240" x="2035.5" y="650.5" as="geometry" />
        </mxCell>
        <mxCell id="zMA9pT4RaSrqm7jLvRVs-41" parent="1" style="text;html=1;whiteSpace=wrap;strokeColor=none;fillColor=none;align=center;verticalAlign=middle;rounded=0;" value="CTA0 warp0" vertex="1">
          <mxGeometry height="30" width="77" x="2120" y="590" as="geometry" />
        </mxCell>
        <mxCell id="zMA9pT4RaSrqm7jLvRVs-42" edge="1" parent="1" source="zMA9pT4RaSrqm7jLvRVs-39" style="endArrow=none;html=1;rounded=0;exitX=0;exitY=0.5;exitDx=0;exitDy=0;entryX=1;entryY=0.5;entryDx=0;entryDy=0;" target="zMA9pT4RaSrqm7jLvRVs-39" value="">
          <mxGeometry height="50" relative="1" width="50" as="geometry">
            <mxPoint x="2097" y="639" as="sourcePoint" />
            <mxPoint x="2147" y="589" as="targetPoint" />
          </mxGeometry>
        </mxCell>
        <mxCell id="zMA9pT4RaSrqm7jLvRVs-43" parent="1" style="text;html=1;whiteSpace=wrap;strokeColor=none;fillColor=none;align=center;verticalAlign=middle;rounded=0;" value="CTA0 warp1" vertex="1">
          <mxGeometry height="30" width="77" x="2120" y="620.5" as="geometry" />
        </mxCell>
        <mxCell id="zMA9pT4RaSrqm7jLvRVs-44" parent="1" style="text;html=1;whiteSpace=wrap;strokeColor=none;fillColor=none;align=left;verticalAlign=middle;rounded=0;" value="warp0" vertex="1">
          <mxGeometry height="30" width="47" x="2629" y="468" as="geometry" />
        </mxCell>
        <mxCell id="zMA9pT4RaSrqm7jLvRVs-46" parent="1" style="text;html=1;whiteSpace=wrap;strokeColor=none;fillColor=none;align=center;verticalAlign=middle;rounded=0;" value="CTA0 smem" vertex="1">
          <mxGeometry height="30" width="99" x="2500.5" y="729" as="geometry" />
        </mxCell>
        <mxCell id="zMA9pT4RaSrqm7jLvRVs-47" parent="1" style="text;html=1;whiteSpace=wrap;strokeColor=none;fillColor=none;align=center;verticalAlign=middle;rounded=0;" value="`KQ^T`" vertex="1">
          <mxGeometry height="30" width="99" x="2635" y="767" as="geometry" />
        </mxCell>
        <mxCell id="zMA9pT4RaSrqm7jLvRVs-48" parent="1" style="text;html=1;whiteSpace=wrap;strokeColor=none;fillColor=none;align=center;verticalAlign=middle;rounded=0;" value="reg mma" vertex="1">
          <mxGeometry height="30" width="99" x="2797" y="731" as="geometry" />
        </mxCell>
        <mxCell id="zMA9pT4RaSrqm7jLvRVs-49" parent="1" style="text;html=1;whiteSpace=wrap;strokeColor=none;fillColor=none;align=left;verticalAlign=middle;rounded=0;" value="warp0/warp1" vertex="1">
          <mxGeometry height="30" width="76" x="2632" y="638" as="geometry" />
        </mxCell>
        <mxCell id="zMA9pT4RaSrqm7jLvRVs-50" edge="1" parent="1" style="endArrow=classic;html=1;rounded=0;curved=1;fontColor=#009900;strokeColor=#009900;" value="">
          <mxGeometry height="50" relative="1" width="50" as="geometry">
            <Array as="points">
              <mxPoint x="2689" y="343" />
            </Array>
            <mxPoint x="2519" y="408" as="sourcePoint" />
            <mxPoint x="2852" y="430" as="targetPoint" />
          </mxGeometry>
        </mxCell>
        <mxCell id="zMA9pT4RaSrqm7jLvRVs-51" edge="1" parent="1" style="endArrow=classic;html=1;rounded=0;curved=1;strokeColor=#FF8000;" value="">
          <mxGeometry height="50" relative="1" width="50" as="geometry">
            <Array as="points">
              <mxPoint x="2613" y="734" />
            </Array>
            <mxPoint x="2531" y="668" as="sourcePoint" />
            <mxPoint x="2736" y="661" as="targetPoint" />
          </mxGeometry>
        </mxCell>
        <mxCell id="zMA9pT4RaSrqm7jLvRVs-52" parent="1" style="text;html=1;whiteSpace=wrap;strokeColor=none;fillColor=none;align=center;verticalAlign=middle;rounded=0;" value="TiledMma shape 决定&lt;div&gt;也是 transpose 的核心&lt;/div&gt;" vertex="1">
          <mxGeometry height="30" width="149" x="2585" y="340" as="geometry" />
        </mxCell>
        <mxCell id="zMA9pT4RaSrqm7jLvRVs-53" parent="1" style="rounded=0;whiteSpace=wrap;html=1;rotation=0;" value="" vertex="1">
          <mxGeometry height="120" width="153" x="2065" y="865" as="geometry" />
        </mxCell>
        <mxCell id="zMA9pT4RaSrqm7jLvRVs-54" parent="1" style="rounded=0;whiteSpace=wrap;html=1;rotation=0;" value="" vertex="1">
          <mxGeometry height="120" width="153" x="2065" y="985" as="geometry" />
        </mxCell>
        <mxCell id="zMA9pT4RaSrqm7jLvRVs-55" parent="1" style="text;html=1;whiteSpace=wrap;strokeColor=none;fillColor=none;align=center;verticalAlign=middle;rounded=0;" value="32" vertex="1">
          <mxGeometry height="30" width="60" x="2051.5" y="910" as="geometry" />
        </mxCell>
        <mxCell id="zMA9pT4RaSrqm7jLvRVs-56" parent="1" style="text;html=1;whiteSpace=wrap;strokeColor=none;fillColor=none;align=center;verticalAlign=middle;rounded=0;" value="`V`" vertex="1">
          <mxGeometry height="30" width="60" x="2111.5" y="1112" as="geometry" />
        </mxCell>
        <mxCell id="zMA9pT4RaSrqm7jLvRVs-57" parent="1" style="rounded=0;whiteSpace=wrap;html=1;rotation=-90;" value="" vertex="1">
          <mxGeometry height="60" width="153" x="2427" y="943" as="geometry" />
        </mxCell>
        <mxCell id="zMA9pT4RaSrqm7jLvRVs-58" parent="1" style="rounded=0;whiteSpace=wrap;html=1;rotation=-90;dashed=1;" value="" vertex="1">
          <mxGeometry height="60" width="153" x="2488" y="943" as="geometry" />
        </mxCell>
        <mxCell id="zMA9pT4RaSrqm7jLvRVs-59" parent="1" style="text;html=1;whiteSpace=wrap;strokeColor=none;fillColor=none;align=center;verticalAlign=middle;rounded=0;" value="128" vertex="1">
          <mxGeometry height="30" width="60" x="2417" y="963" as="geometry" />
        </mxCell>
        <mxCell id="zMA9pT4RaSrqm7jLvRVs-60" parent="1" style="rounded=0;whiteSpace=wrap;html=1;" value="" vertex="1">
          <mxGeometry height="60" width="240" x="1743" y="1163.5" as="geometry" />
        </mxCell>
        <mxCell id="zMA9pT4RaSrqm7jLvRVs-61" parent="1" style="rounded=0;whiteSpace=wrap;html=1;" value="" vertex="1">
          <mxGeometry height="60" width="240" x="1743" y="1223.5" as="geometry" />
        </mxCell>
        <mxCell id="zMA9pT4RaSrqm7jLvRVs-62" parent="1" style="text;html=1;whiteSpace=wrap;strokeColor=none;fillColor=none;align=center;verticalAlign=middle;rounded=0;" value="CTA0 warp0" vertex="1">
          <mxGeometry height="30" width="77" x="1827.5" y="1163" as="geometry" />
        </mxCell>
        <mxCell id="zMA9pT4RaSrqm7jLvRVs-63" edge="1" parent="1" source="zMA9pT4RaSrqm7jLvRVs-60" style="endArrow=none;html=1;rounded=0;exitX=0;exitY=0.5;exitDx=0;exitDy=0;entryX=1;entryY=0.5;entryDx=0;entryDy=0;" target="zMA9pT4RaSrqm7jLvRVs-60" value="">
          <mxGeometry height="50" relative="1" width="50" as="geometry">
            <mxPoint x="1804.5" y="1212" as="sourcePoint" />
            <mxPoint x="1854.5" y="1162" as="targetPoint" />
          </mxGeometry>
        </mxCell>
        <mxCell id="zMA9pT4RaSrqm7jLvRVs-64" parent="1" style="text;html=1;whiteSpace=wrap;strokeColor=none;fillColor=none;align=center;verticalAlign=middle;rounded=0;" value="CTA0 warp1" vertex="1">
          <mxGeometry height="30" width="77" x="1827.5" y="1193.5" as="geometry" />
        </mxCell>
        <mxCell id="zMA9pT4RaSrqm7jLvRVs-65" parent="1" style="text;html=1;whiteSpace=wrap;strokeColor=none;fillColor=none;align=center;verticalAlign=middle;rounded=0;" value="32&lt;div&gt;(`\text{seqlen_q}`)&lt;/div&gt;" vertex="1">
          <mxGeometry height="30" width="60" x="1679" y="1206" as="geometry" />
        </mxCell>
        <mxCell id="zMA9pT4RaSrqm7jLvRVs-66" parent="1" style="text;html=1;whiteSpace=wrap;strokeColor=none;fillColor=none;align=center;verticalAlign=middle;rounded=0;" value="32&lt;div&gt;(`\text{seqlen_q}`)&lt;/div&gt;" vertex="1">
          <mxGeometry height="30" width="60" x="1762" y="631" as="geometry" />
        </mxCell>
        <mxCell id="zMA9pT4RaSrqm7jLvRVs-67" parent="1" style="text;html=1;whiteSpace=wrap;strokeColor=none;fillColor=none;align=center;verticalAlign=middle;rounded=0;" value="128&lt;br&gt;(`kHeadDim`)" vertex="1">
          <mxGeometry height="30" width="60" x="1967" y="468" as="geometry" />
        </mxCell>
        <mxCell id="zMA9pT4RaSrqm7jLvRVs-68" parent="1" style="text;html=1;whiteSpace=wrap;strokeColor=none;fillColor=none;align=center;verticalAlign=middle;rounded=0;" value="64&lt;div&gt;(`\text{seqlen}_k`)&lt;/div&gt;" vertex="1">
          <mxGeometry height="30" width="60" x="2132" y="368" as="geometry" />
        </mxCell>
        <mxCell id="zMA9pT4RaSrqm7jLvRVs-69" parent="1" style="text;html=1;whiteSpace=wrap;strokeColor=none;fillColor=none;align=center;verticalAlign=middle;rounded=0;" value="64&lt;div&gt;(`\text{seqlen}_k`)&lt;/div&gt;" vertex="1">
          <mxGeometry height="30" width="60" x="1836" y="1123" as="geometry" />
        </mxCell>
        <mxCell id="zMA9pT4RaSrqm7jLvRVs-70" parent="1" style="text;html=1;whiteSpace=wrap;strokeColor=none;fillColor=none;align=center;verticalAlign=middle;rounded=0;" value="64&lt;div&gt;(`\text{seqlen}_k`)&lt;/div&gt;" vertex="1">
          <mxGeometry height="30" width="60" x="1998" y="969" as="geometry" />
        </mxCell>
        <mxCell id="zMA9pT4RaSrqm7jLvRVs-71" parent="1" style="text;html=1;whiteSpace=wrap;strokeColor=none;fillColor=none;align=center;verticalAlign=middle;rounded=0;" value="128&lt;br&gt;(`kHeadDim`)" vertex="1">
          <mxGeometry height="30" width="60" x="2111.5" y="832" as="geometry" />
        </mxCell>
        <mxCell id="zMA9pT4RaSrqm7jLvRVs-72" parent="1" style="rounded=0;whiteSpace=wrap;html=1;rotation=0;" value="" vertex="1">
          <mxGeometry height="120" width="153" x="2065" y="1163" as="geometry" />
        </mxCell>
        <mxCell id="zMA9pT4RaSrqm7jLvRVs-73" parent="1" style="text;html=1;whiteSpace=wrap;strokeColor=none;fillColor=none;align=center;verticalAlign=middle;rounded=0;" value="GEMM 视角(`PV`)" vertex="1">
          <mxGeometry height="30" width="99" x="2049" y="1318" as="geometry" />
        </mxCell>
        <mxCell id="zMA9pT4RaSrqm7jLvRVs-74" parent="1" style="text;html=1;whiteSpace=wrap;strokeColor=none;fillColor=none;align=left;verticalAlign=middle;rounded=0;fontColor=#B3B3B3;" value="虚线：单一 warp 迭代&lt;div&gt;实线：warp 切分&lt;/div&gt;" vertex="1">
          <mxGeometry height="30" width="129" x="2490.5" y="782" as="geometry" />
        </mxCell>
        <mxCell id="zMA9pT4RaSrqm7jLvRVs-75" parent="1" style="rounded=0;whiteSpace=wrap;html=1;strokeWidth=1;strokeColor=#FF8000;" value="" vertex="1">
          <mxGeometry height="60" width="74.5" x="2697" y="1055" as="geometry" />
        </mxCell>
        <mxCell id="zMA9pT4RaSrqm7jLvRVs-76" parent="1" style="text;html=1;whiteSpace=wrap;strokeColor=none;fillColor=none;align=center;verticalAlign=middle;rounded=0;fontColor=#009900;" value="&lt;font style=&quot;color: rgb(255, 128, 0);&quot;&gt;A&lt;/font&gt;" vertex="1">
          <mxGeometry height="30" width="60" x="2704.25" y="1070" as="geometry" />
        </mxCell>
        <mxCell id="zMA9pT4RaSrqm7jLvRVs-77" parent="1" style="text;html=1;whiteSpace=wrap;strokeColor=none;fillColor=none;align=center;verticalAlign=middle;rounded=0;fontColor=#009900;" value="&lt;font style=&quot;color: rgb(255, 128, 0);&quot;&gt;16&lt;/font&gt;" vertex="1">
          <mxGeometry height="30" width="60" x="2651" y="1070" as="geometry" />
        </mxCell>
        <mxCell id="zMA9pT4RaSrqm7jLvRVs-78" parent="1" style="text;html=1;whiteSpace=wrap;strokeColor=none;fillColor=none;align=center;verticalAlign=middle;rounded=0;fontColor=#009900;" value="&lt;font style=&quot;color: rgb(255, 128, 0);&quot;&gt;16&lt;/font&gt;" vertex="1">
          <mxGeometry height="30" width="60" x="2704.25" y="1025" as="geometry" />
        </mxCell>
        <mxCell id="zMA9pT4RaSrqm7jLvRVs-79" parent="1" style="rounded=0;whiteSpace=wrap;html=1;strokeWidth=1;strokeColor=#009900;dashed=1;" value="" vertex="1">
          <mxGeometry height="60" width="30" x="2889.25" y="935" as="geometry" />
        </mxCell>
        <mxCell id="zMA9pT4RaSrqm7jLvRVs-80" parent="1" style="rounded=0;whiteSpace=wrap;html=1;strokeWidth=1;strokeColor=#009900;" value="" vertex="1">
          <mxGeometry height="60" width="30" x="2889.25" y="873" as="geometry" />
        </mxCell>
        <mxCell id="zMA9pT4RaSrqm7jLvRVs-81" parent="1" style="text;html=1;whiteSpace=wrap;strokeColor=none;fillColor=none;align=center;verticalAlign=middle;rounded=0;fontColor=#009900;" value="&lt;font style=&quot;&quot;&gt;8&lt;/font&gt;" vertex="1">
          <mxGeometry height="30" width="60" x="2874.25" y="843" as="geometry" />
        </mxCell>
        <mxCell id="zMA9pT4RaSrqm7jLvRVs-82" parent="1" style="text;html=1;whiteSpace=wrap;strokeColor=none;fillColor=none;align=center;verticalAlign=middle;rounded=0;fontColor=#009900;" value="B" vertex="1">
-           <mxGeometry height="30" width="60" x="2908" y="918" as="geometry" />
+           <mxGeometry height="30" width="60" x="2821.25" y="918" as="geometry" />
        </mxCell>
        <mxCell id="zMA9pT4RaSrqm7jLvRVs-83" edge="1" parent="1" style="endArrow=classic;html=1;rounded=0;curved=1;strokeColor=#FF0000;" value="">
          <mxGeometry height="50" relative="1" width="50" as="geometry">
            <Array as="points">
              <mxPoint x="3009" y="798" />
            </Array>
            <mxPoint x="2966" y="709" as="sourcePoint" />
            <mxPoint x="2961" y="887" as="targetPoint" />
          </mxGeometry>
        </mxCell>
        <mxCell id="zMA9pT4RaSrqm7jLvRVs-84" parent="1" style="text;html=1;whiteSpace=wrap;strokeColor=none;fillColor=none;align=left;verticalAlign=middle;rounded=0;fontColor=#FF0000;" value="1. softmax&lt;div&gt;&lt;font style=&quot;&quot;&gt;2. 视图转换&lt;/font&gt;&lt;/div&gt;" vertex="1">
          <mxGeometry height="30" width="70" x="2996" y="782" as="geometry" />
        </mxCell>
        <mxCell id="zMA9pT4RaSrqm7jLvRVs-85" parent="1" style="text;html=1;whiteSpace=wrap;strokeColor=none;fillColor=none;align=center;verticalAlign=middle;rounded=0;fontColor=#009900;" value="&lt;font style=&quot;&quot;&gt;16&lt;/font&gt;" vertex="1">
          <mxGeometry height="30" width="60" x="2844" y="888" as="geometry" />
        </mxCell>
        <mxCell id="zMA9pT4RaSrqm7jLvRVs-86" parent="1" style="text;html=1;whiteSpace=wrap;strokeColor=none;fillColor=none;align=center;verticalAlign=middle;rounded=0;" value="32" vertex="1">
          <mxGeometry height="30" width="60" x="2508" y="858" as="geometry" />
        </mxCell>
        <mxCell id="zMA9pT4RaSrqm7jLvRVs-87" parent="1" style="text;html=1;whiteSpace=wrap;strokeColor=none;fillColor=none;align=center;verticalAlign=middle;rounded=0;" value="S" vertex="1">
          <mxGeometry height="30" width="60" x="2874.25" y="723" as="geometry" />
        </mxCell>
        <mxCell id="zMA9pT4RaSrqm7jLvRVs-88" parent="1" style="text;html=1;whiteSpace=wrap;strokeColor=none;fillColor=none;align=center;verticalAlign=middle;rounded=0;fontColor=#009900;" value="P" vertex="1">
          <mxGeometry height="30" width="60" x="2874.25" y="995" as="geometry" />
        </mxCell>
        <mxCell id="zMA9pT4RaSrqm7jLvRVs-89" edge="1" parent="1" style="endArrow=classic;html=1;rounded=0;dashed=1;dashPattern=8 8;" value="">
          <mxGeometry height="50" relative="1" width="50" as="geometry">
            <mxPoint x="2259" y="966" as="sourcePoint" />
            <mxPoint x="2401" y="966" as="targetPoint" />
          </mxGeometry>
        </mxCell>
        <mxCell id="zMA9pT4RaSrqm7jLvRVs-90" parent="1" style="text;html=1;whiteSpace=wrap;strokeColor=none;fillColor=none;align=center;verticalAlign=middle;rounded=0;" value="迭代" vertex="1">
          <mxGeometry height="30" width="60" x="2300" y="931" as="geometry" />
        </mxCell>
        <mxCell id="zMA9pT4RaSrqm7jLvRVs-91" edge="1" parent="1" style="endArrow=block;startArrow=block;html=1;rounded=0;endFill=0;startFill=0;shape=flexArrow;width=13;endSize=6;" value="">
          <mxGeometry height="100" relative="1" width="100" as="geometry">
            <mxPoint x="2355" y="908" as="sourcePoint" />
            <mxPoint x="2355" y="589" as="targetPoint" />
          </mxGeometry>
        </mxCell>
        <mxCell id="zMA9pT4RaSrqm7jLvRVs-92" parent="1" style="text;html=1;whiteSpace=wrap;strokeColor=none;fillColor=none;align=center;verticalAlign=middle;rounded=0;" value="相同迭代" vertex="1">
          <mxGeometry height="30" width="60" x="2363" y="737" as="geometry" />
        </mxCell>
        <mxCell id="zMA9pT4RaSrqm7jLvRVs-93" parent="1" style="text;html=1;whiteSpace=wrap;strokeColor=none;fillColor=none;align=center;verticalAlign=middle;rounded=0;" value="CTA0 smem" vertex="1">
          <mxGeometry height="30" width="99" x="2486" y="1070" as="geometry" />
        </mxCell>
        <mxCell id="zMA9pT4RaSrqm7jLvRVs-94" parent="1" style="text;html=1;whiteSpace=wrap;strokeColor=none;fillColor=none;align=center;verticalAlign=middle;rounded=0;" value="`Q`" vertex="1">
          <mxGeometry height="30" width="60" x="2513.5" y="509" as="geometry" />
        </mxCell>
        <mxCell id="zMA9pT4RaSrqm7jLvRVs-95" parent="1" style="text;html=1;whiteSpace=wrap;strokeColor=none;fillColor=none;align=center;verticalAlign=middle;rounded=0;" value="`K`" vertex="1">
          <mxGeometry height="30" width="60" x="2513.5" y="707" as="geometry" />
        </mxCell>
        <mxCell id="zMA9pT4RaSrqm7jLvRVs-96" parent="1" style="text;html=1;whiteSpace=wrap;strokeColor=none;fillColor=none;align=center;verticalAlign=middle;rounded=0;" value="`V^T`" vertex="1">
          <mxGeometry height="30" width="60" x="2507.5" y="1046" as="geometry" />
        </mxCell>
        <mxCell id="zMA9pT4RaSrqm7jLvRVs-97" parent="1" style="rounded=0;whiteSpace=wrap;html=1;rotation=-90;" value="" vertex="1">
          <mxGeometry height="30" width="153" x="2829" y="1118" as="geometry" />
        </mxCell>
        <mxCell id="zMA9pT4RaSrqm7jLvRVs-98" parent="1" style="rounded=0;whiteSpace=wrap;html=1;strokeWidth=1;strokeColor=#FF8000;dashed=1;" value="" vertex="1">
          <mxGeometry height="60" width="74.5" x="2771.5" y="1055" as="geometry" />
        </mxCell>
        <mxCell id="zMA9pT4RaSrqm7jLvRVs-99" parent="1" style="text;html=1;whiteSpace=wrap;strokeColor=none;fillColor=none;align=center;verticalAlign=middle;rounded=0;" value="128" vertex="1">
          <mxGeometry height="30" width="60" x="2844" y="1123" as="geometry" />
        </mxCell>
        <mxCell id="zMA9pT4RaSrqm7jLvRVs-100" parent="1" style="text;html=1;whiteSpace=wrap;strokeColor=none;fillColor=none;align=center;verticalAlign=middle;rounded=0;fontColor=#000000;" value="&lt;font style=&quot;&quot;&gt;8&lt;/font&gt;" vertex="1">
          <mxGeometry height="30" width="60" x="2875.5" y="1030" as="geometry" />
        </mxCell>
        <mxCell id="zMA9pT4RaSrqm7jLvRVs-101" edge="1" parent="1" source="zMA9pT4RaSrqm7jLvRVs-72" style="endArrow=none;html=1;rounded=0;exitX=0;exitY=0.5;exitDx=0;exitDy=0;entryX=1;entryY=0.5;entryDx=0;entryDy=0;" target="zMA9pT4RaSrqm7jLvRVs-72" value="">
          <mxGeometry height="50" relative="1" width="50" as="geometry">
            <mxPoint x="2293" y="1190" as="sourcePoint" />
            <mxPoint x="2343" y="1140" as="targetPoint" />
          </mxGeometry>
        </mxCell>
        <mxCell id="zMA9pT4RaSrqm7jLvRVs-102" edge="1" parent="1" source="zMA9pT4RaSrqm7jLvRVs-72" style="endArrow=none;html=1;rounded=0;exitX=0;exitY=0.25;exitDx=0;exitDy=0;entryX=1;entryY=0.25;entryDx=0;entryDy=0;" target="zMA9pT4RaSrqm7jLvRVs-72" value="">
          <mxGeometry height="50" relative="1" width="50" as="geometry">
            <mxPoint x="2263" y="1211" as="sourcePoint" />
            <mxPoint x="2313" y="1161" as="targetPoint" />
          </mxGeometry>
        </mxCell>
        <mxCell id="zMA9pT4RaSrqm7jLvRVs-103" edge="1" parent="1" style="endArrow=classic;html=1;rounded=0;curved=1;" value="">
          <mxGeometry height="50" relative="1" width="50" as="geometry">
            <Array as="points">
              <mxPoint x="2554" y="1258" />
            </Array>
            <mxPoint x="2899" y="1219" as="sourcePoint" />
            <mxPoint x="2230.5" y="1179" as="targetPoint" />
          </mxGeometry>
        </mxCell>
        <mxCell id="zMA9pT4RaSrqm7jLvRVs-104" parent="1" style="text;html=1;whiteSpace=wrap;strokeColor=none;fillColor=none;align=left;verticalAlign=middle;rounded=0;" value="转置写回" vertex="1">
          <mxGeometry height="30" width="70" x="2525" y="1232" as="geometry" />
        </mxCell>
        <mxCell id="zMA9pT4RaSrqm7jLvRVs-105" parent="1" style="text;html=1;whiteSpace=wrap;strokeColor=none;fillColor=none;align=center;verticalAlign=middle;rounded=0;" value="`V^TP`" vertex="1">
          <mxGeometry height="30" width="99" x="2635" y="1163.5" as="geometry" />
        </mxCell>
        <mxCell id="SfhA4xxw7NlDcaAGLwF6-1" parent="1" style="text;html=1;whiteSpace=wrap;strokeColor=none;fillColor=none;align=center;verticalAlign=middle;rounded=0;fontSize=18;fontStyle=1;fontFamily=Times New Roman;" value="单 warp 负责多个 K tile" vertex="1">
          <mxGeometry height="30" width="189" x="672" y="263" as="geometry" />
        </mxCell>
        <mxCell id="SfhA4xxw7NlDcaAGLwF6-2" edge="1" parent="1" source="SfhA4xxw7NlDcaAGLwF6-1" style="edgeStyle=orthogonalEdgeStyle;rounded=0;orthogonalLoop=1;jettySize=auto;html=1;exitX=0.5;exitY=1;exitDx=0;exitDy=0;" target="SfhA4xxw7NlDcaAGLwF6-1">
          <mxGeometry relative="1" as="geometry" />
        </mxCell>
        <mxCell id="SfhA4xxw7NlDcaAGLwF6-3" parent="1" style="text;html=1;whiteSpace=wrap;strokeColor=none;fillColor=none;align=center;verticalAlign=middle;rounded=0;fontSize=18;fontStyle=1;fontFamily=Times New Roman;" value="单 warp 负责多个 Q 和K tile" vertex="1">
          <mxGeometry height="30" width="234" x="2271" y="263" as="geometry" />
        </mxCell>
        <mxCell id="SfhA4xxw7NlDcaAGLwF6-4" parent="1" style="rounded=0;whiteSpace=wrap;html=1;strokeWidth=1;strokeColor=#009900;rotation=90;dashed=1;" value="" vertex="1">
          <mxGeometry height="30" width="74.5" x="2897" y="466" as="geometry" />
        </mxCell>
        <mxCell id="SfhA4xxw7NlDcaAGLwF6-5" parent="1" style="rounded=0;whiteSpace=wrap;html=1;strokeWidth=1;strokeColor=#000000;dashed=1;" value="" vertex="1">
          <mxGeometry height="60" width="30" x="2919.25" y="594" as="geometry" />
        </mxCell>
        <mxCell id="SfhA4xxw7NlDcaAGLwF6-6" parent="1" style="rounded=0;whiteSpace=wrap;html=1;strokeWidth=1;strokeColor=#000000;dashed=1;" value="" vertex="1">
          <mxGeometry height="60" width="30" x="2919.25" y="654" as="geometry" />
        </mxCell>
        <mxCell id="SfhA4xxw7NlDcaAGLwF6-7" parent="1" style="rounded=0;whiteSpace=wrap;html=1;dashed=1;" value="" vertex="1">
          <mxGeometry height="30" width="153" x="2466.5" y="482" as="geometry" />
        </mxCell>
+         <mxCell id="SfhA4xxw7NlDcaAGLwF6-9" parent="1" style="rounded=0;whiteSpace=wrap;html=1;strokeWidth=1;strokeColor=#009900;dashed=1;" value="" vertex="1">
+           <mxGeometry height="60" width="30" x="2919" y="873" as="geometry" />
+         </mxCell>
+         <mxCell id="SfhA4xxw7NlDcaAGLwF6-10" parent="1" style="rounded=0;whiteSpace=wrap;html=1;strokeWidth=1;strokeColor=#009900;dashed=1;" value="" vertex="1">
+           <mxGeometry height="60" width="30" x="2919" y="935" as="geometry" />
+         </mxCell>
+         <mxCell id="SfhA4xxw7NlDcaAGLwF6-11" parent="1" style="rounded=0;whiteSpace=wrap;html=1;rotation=-90;dashed=1;" value="" vertex="1">
+           <mxGeometry height="30" width="153" x="2858.75" y="1118" as="geometry" />
+         </mxCell>
      </root>
    </mxGraphModel>
  </diagram>
</mxfile>
